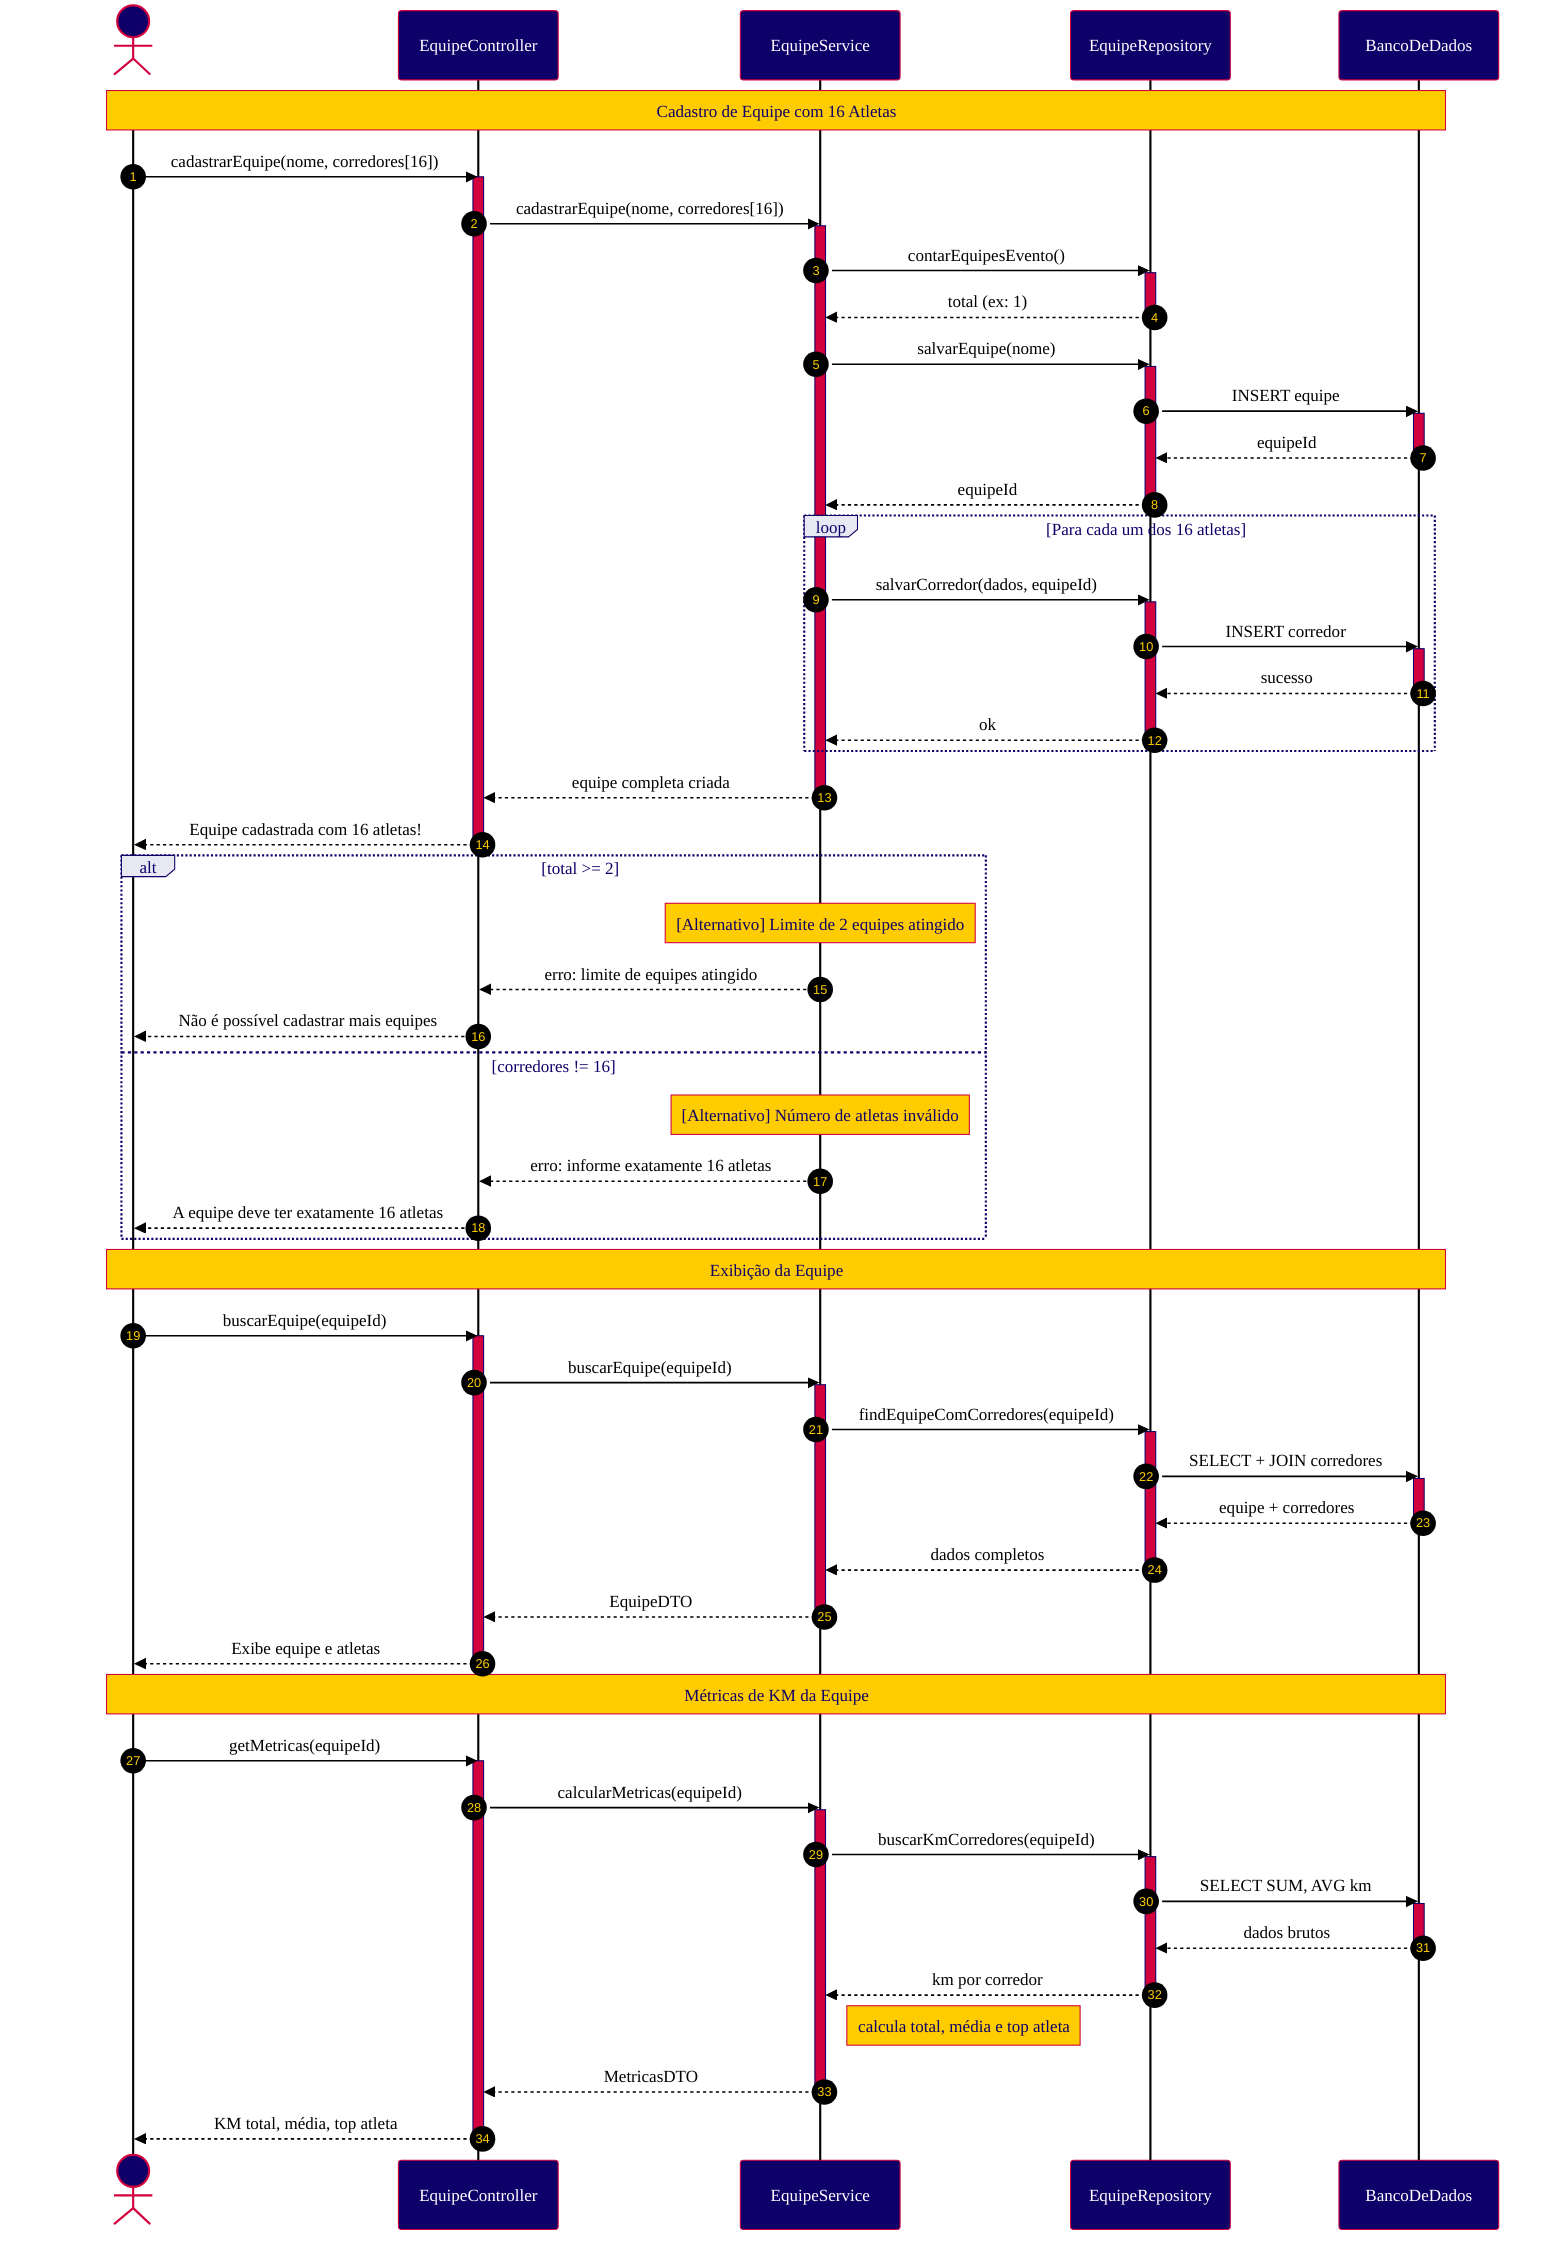
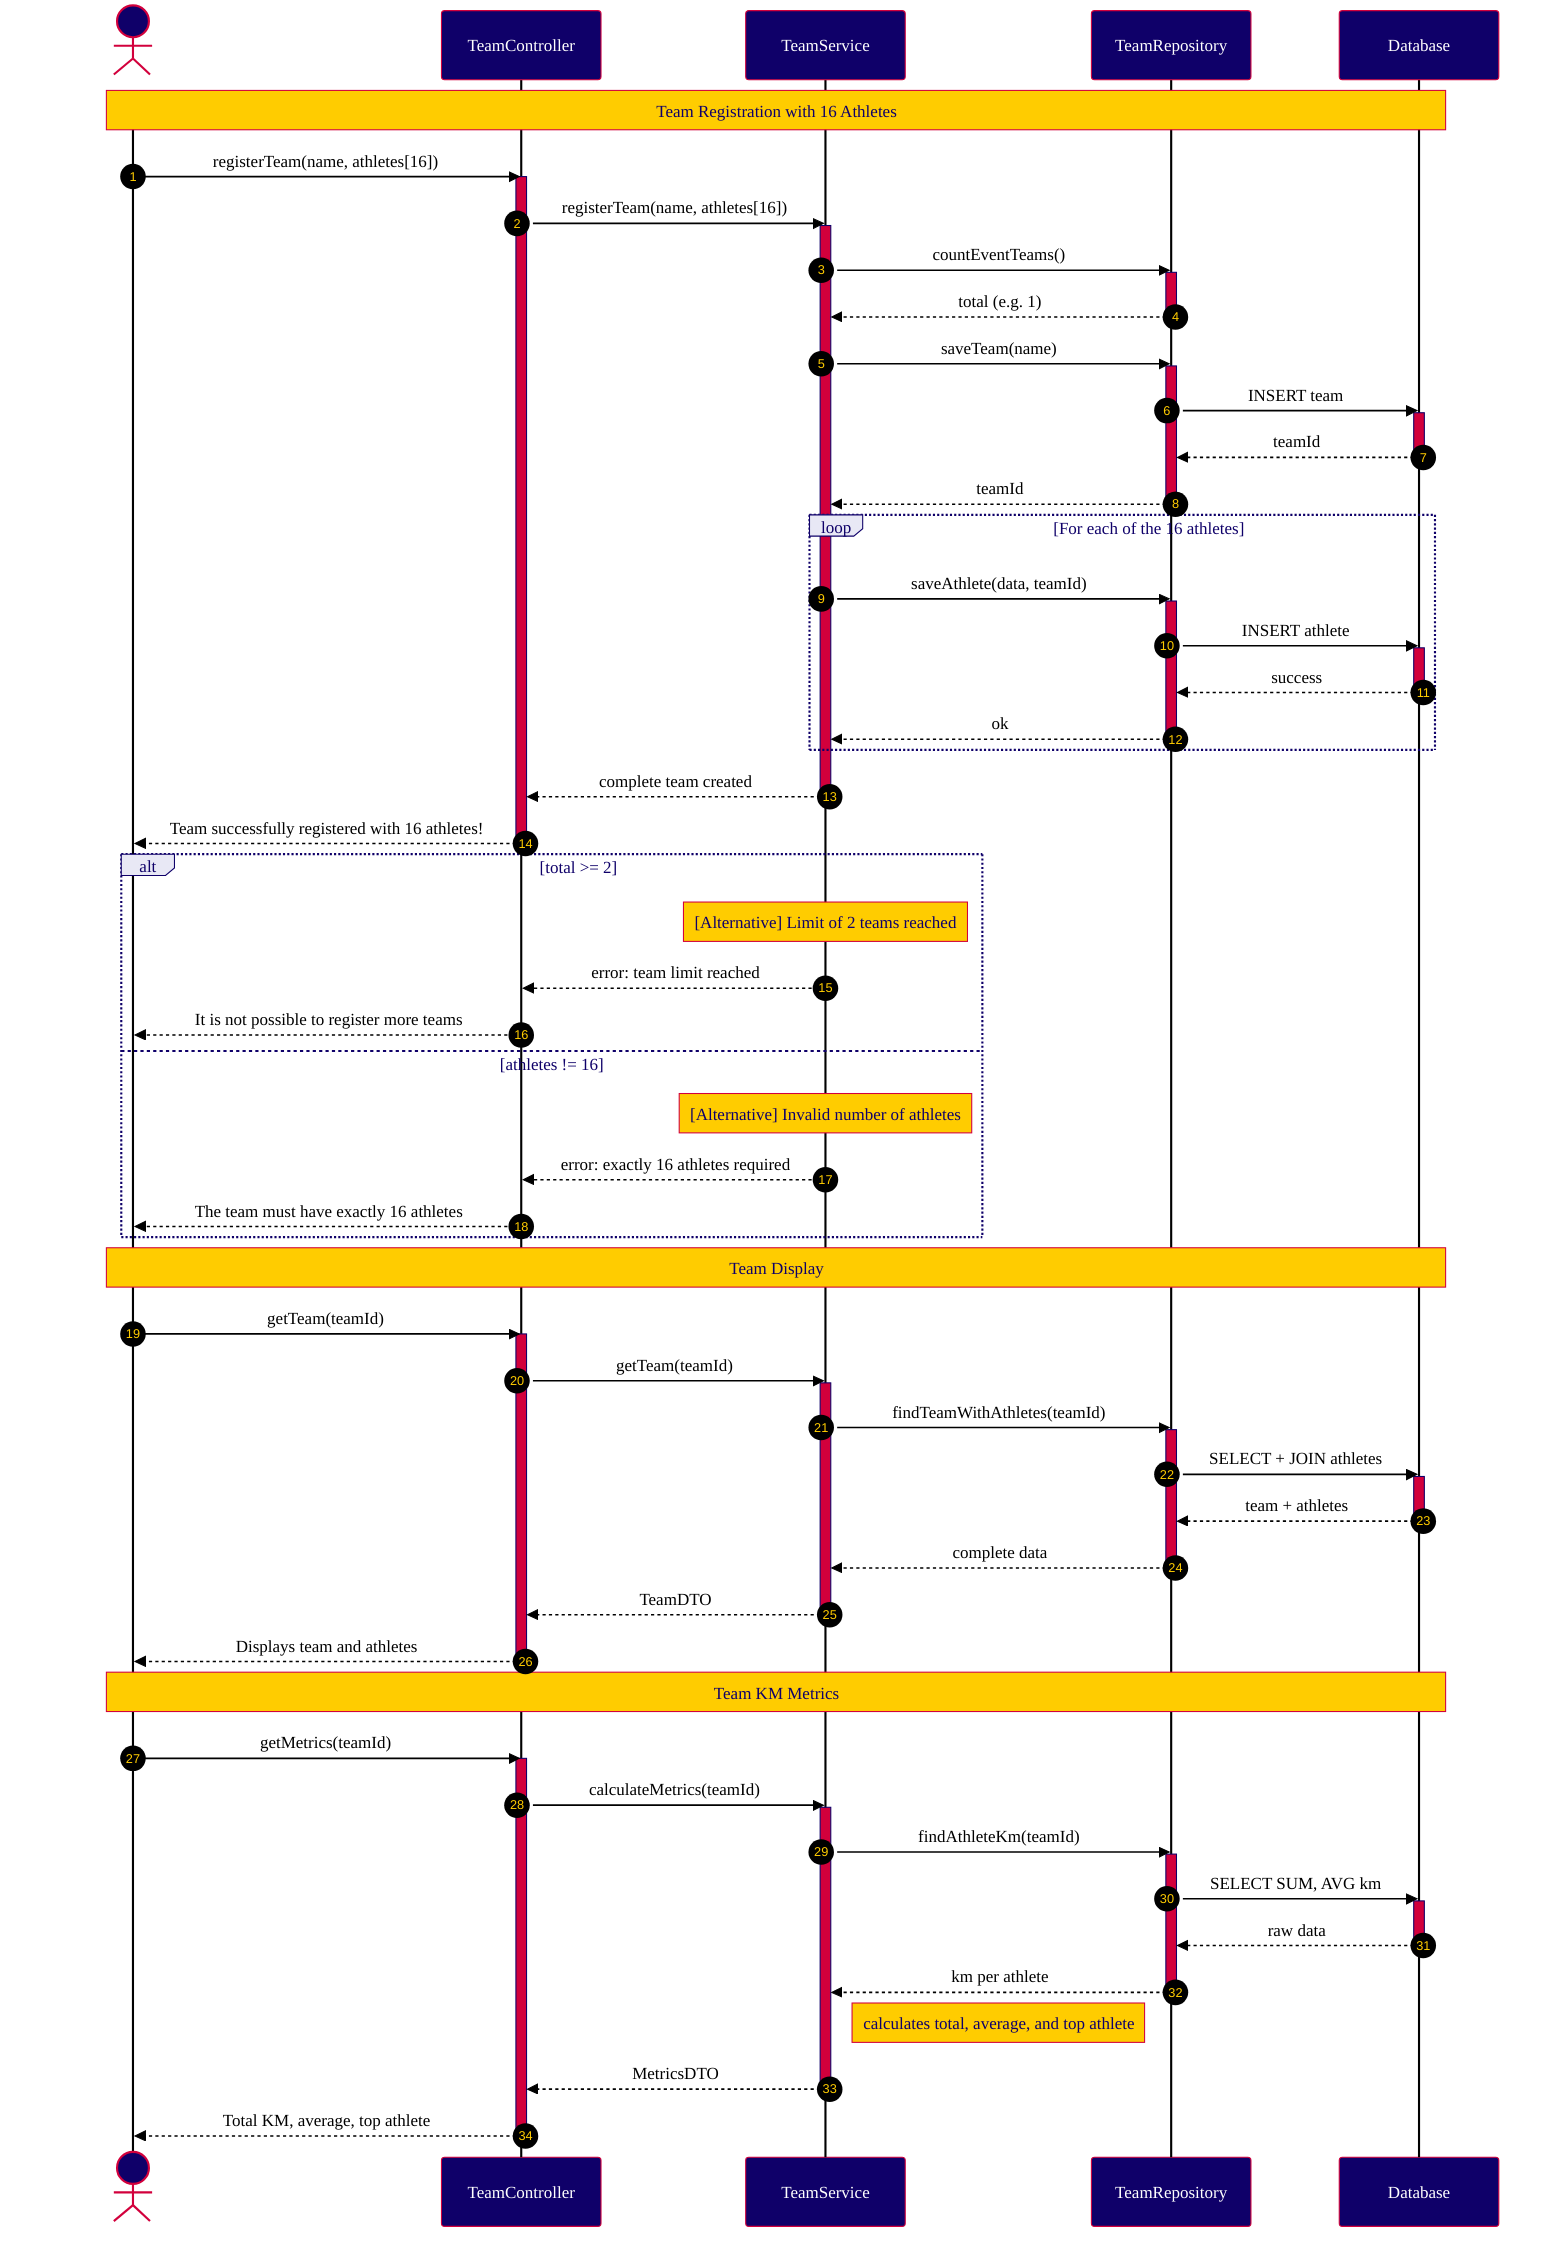
%%{init: {
    "theme": "base",
    "themeVariables": {
        "primaryColor": "#0F0069",
        "primaryTextColor": "#FFFFFF",
        "primaryBorderColor": "#D2003C",
        "secondaryColor": "#D2003C",
        "secondaryTextColor": "#FFFFFF",
        "secondaryBorderColor": "#D2003C",
        "tertiaryColor": "#E8E8F5",
        "tertiaryTextColor": "#0F0069",
        "tertiaryBorderColor": "#0F0069",
        "noteBkgColor": "#FFCC00",
        "noteTextColor": "#0F0069",
        "noteBorderColor": "#D2003C",
        "activationBkgColor": "#D2003C",
        "activationBorderColor": "#0F0069",
        "sequenceNumberColor": "#FFCC00",
        "actorBkg": "#0F0069",
        "actorTextColor": "#FFFFFF",
        "actorBorderColor": "#D2003C",
        "actorLineColor": "#000000",
        "signalColor": "#000000",
        "signalTextColor": "#000000",
        "labelBoxBkgColor": "#E8E8F5",
        "labelBoxBorderColor": "#0F0069",
        "labelTextColor": "#0F0069",
        "loopTextColor": "#0F0069",
        "fontFamily": "Arial, sans-serif",
        "fontSize": "14px"
    }
}}%%

sequenceDiagram
    autonumber
-     actor Usuario
-     participant EquipeController
-     participant EquipeService
-     participant EquipeRepository
-     participant BancoDeDados
+     actor User
+     participant TeamController
+     participant TeamService
+     participant TeamRepository
+     participant Database

-     Note over Usuario, BancoDeDados: Cadastro de Equipe com 16 Atletas
-     Usuario->>EquipeController: cadastrarEquipe(nome, corredores[16])
-     activate EquipeController
-     EquipeController->>EquipeService: cadastrarEquipe(nome, corredores[16])
-     activate EquipeService
+     Note over User, Database: Team Registration with 16 Athletes

-     EquipeService->>EquipeRepository: contarEquipesEvento()
-     activate EquipeRepository
-     EquipeRepository-->>EquipeService: total (ex: 1)
-     deactivate EquipeRepository
+     User->>TeamController: registerTeam(name, athletes[16])
+     activate TeamController

-     EquipeService->>EquipeRepository: salvarEquipe(nome)
-     activate EquipeRepository
-     EquipeRepository->>BancoDeDados: INSERT equipe
-     activate BancoDeDados
-     BancoDeDados-->>EquipeRepository: equipeId
-     deactivate BancoDeDados
-     EquipeRepository-->>EquipeService: equipeId
-     deactivate EquipeRepository
+     TeamController->>TeamService: registerTeam(name, athletes[16])
+     activate TeamService

-     loop Para cada um dos 16 atletas
-         EquipeService->>EquipeRepository: salvarCorredor(dados, equipeId)
-         activate EquipeRepository
-         EquipeRepository->>BancoDeDados: INSERT corredor
-         activate BancoDeDados
-         BancoDeDados-->>EquipeRepository: sucesso
-         deactivate BancoDeDados
-         EquipeRepository-->>EquipeService: ok
-         deactivate EquipeRepository
+     TeamService->>TeamRepository: countEventTeams()
+     activate TeamRepository
+ 
+     TeamRepository-->>TeamService: total (e.g. 1)
+     deactivate TeamRepository
+ 
+     TeamService->>TeamRepository: saveTeam(name)
+     activate TeamRepository
+ 
+     TeamRepository->>Database: INSERT team
+     activate Database
+ 
+     Database-->>TeamRepository: teamId
+     deactivate Database
+ 
+     TeamRepository-->>TeamService: teamId
+     deactivate TeamRepository
+ 
+     loop For each of the 16 athletes
+         TeamService->>TeamRepository: saveAthlete(data, teamId)
+         activate TeamRepository
+ 
+         TeamRepository->>Database: INSERT athlete
+         activate Database
+ 
+         Database-->>TeamRepository: success
+         deactivate Database
+ 
+         TeamRepository-->>TeamService: ok
+         deactivate TeamRepository
    end

-     EquipeService-->>EquipeController: equipe completa criada
-     deactivate EquipeService
-     EquipeController-->>Usuario: Equipe cadastrada com 16 atletas!
-     deactivate EquipeController
+     TeamService-->>TeamController: complete team created
+     deactivate TeamService
+ 
+     TeamController-->>User: Team successfully registered with 16 athletes!
+     deactivate TeamController

    alt total >= 2
-         Note over EquipeService: [Alternativo] Limite de 2 equipes atingido
-         EquipeService-->>EquipeController: erro: limite de equipes atingido
-         EquipeController-->>Usuario: Não é possível cadastrar mais equipes
-     else corredores != 16
-         Note over EquipeService: [Alternativo] Número de atletas inválido
-         EquipeService-->>EquipeController: erro: informe exatamente 16 atletas
-         EquipeController-->>Usuario: A equipe deve ter exatamente 16 atletas
+         Note over TeamService: [Alternative] Limit of 2 teams reached
+         TeamService-->>TeamController: error: team limit reached
+         TeamController-->>User: It is not possible to register more teams
+ 
+     else athletes != 16
+         Note over TeamService: [Alternative] Invalid number of athletes
+         TeamService-->>TeamController: error: exactly 16 athletes required
+         TeamController-->>User: The team must have exactly 16 athletes
    end

-     Note over Usuario, BancoDeDados: Exibição da Equipe
-     Usuario->>EquipeController: buscarEquipe(equipeId)
-     activate EquipeController
-     EquipeController->>EquipeService: buscarEquipe(equipeId)
-     activate EquipeService
-     EquipeService->>EquipeRepository: findEquipeComCorredores(equipeId)
-     activate EquipeRepository
-     EquipeRepository->>BancoDeDados: SELECT + JOIN corredores
-     activate BancoDeDados
-     BancoDeDados-->>EquipeRepository: equipe + corredores
-     deactivate BancoDeDados
-     EquipeRepository-->>EquipeService: dados completos
-     deactivate EquipeRepository
-     EquipeService-->>EquipeController: EquipeDTO
-     deactivate EquipeService
-     EquipeController-->>Usuario: Exibe equipe e atletas
-     deactivate EquipeController
+     Note over User, Database: Team Display

-     Note over Usuario, BancoDeDados: Métricas de KM da Equipe
-     Usuario->>EquipeController: getMetricas(equipeId)
-     activate EquipeController
-     EquipeController->>EquipeService: calcularMetricas(equipeId)
-     activate EquipeService
-     EquipeService->>EquipeRepository: buscarKmCorredores(equipeId)
-     activate EquipeRepository
-     EquipeRepository->>BancoDeDados: SELECT SUM, AVG km
-     activate BancoDeDados
-     BancoDeDados-->>EquipeRepository: dados brutos
-     deactivate BancoDeDados
-     EquipeRepository-->>EquipeService: km por corredor
-     deactivate EquipeRepository
-     Note right of EquipeService: calcula total, média e top atleta
-     EquipeService-->>EquipeController: MetricasDTO
-     deactivate EquipeService
-     EquipeController-->>Usuario: KM total, média, top atleta
-     deactivate EquipeController+     User->>TeamController: getTeam(teamId)
+     activate TeamController
+ 
+     TeamController->>TeamService: getTeam(teamId)
+     activate TeamService
+ 
+     TeamService->>TeamRepository: findTeamWithAthletes(teamId)
+     activate TeamRepository
+ 
+     TeamRepository->>Database: SELECT + JOIN athletes
+     activate Database
+ 
+     Database-->>TeamRepository: team + athletes
+     deactivate Database
+ 
+     TeamRepository-->>TeamService: complete data
+     deactivate TeamRepository
+ 
+     TeamService-->>TeamController: TeamDTO
+     deactivate TeamService
+ 
+     TeamController-->>User: Displays team and athletes
+     deactivate TeamController
+ 
+     Note over User, Database: Team KM Metrics
+ 
+     User->>TeamController: getMetrics(teamId)
+     activate TeamController
+ 
+     TeamController->>TeamService: calculateMetrics(teamId)
+     activate TeamService
+ 
+     TeamService->>TeamRepository: findAthleteKm(teamId)
+     activate TeamRepository
+ 
+     TeamRepository->>Database: SELECT SUM, AVG km
+     activate Database
+ 
+     Database-->>TeamRepository: raw data
+     deactivate Database
+ 
+     TeamRepository-->>TeamService: km per athlete
+     deactivate TeamRepository
+ 
+     Note right of TeamService: calculates total, average, and top athlete
+ 
+     TeamService-->>TeamController: MetricsDTO
+     deactivate TeamService
+ 
+     TeamController-->>User: Total KM, average, top athlete
+     deactivate TeamController